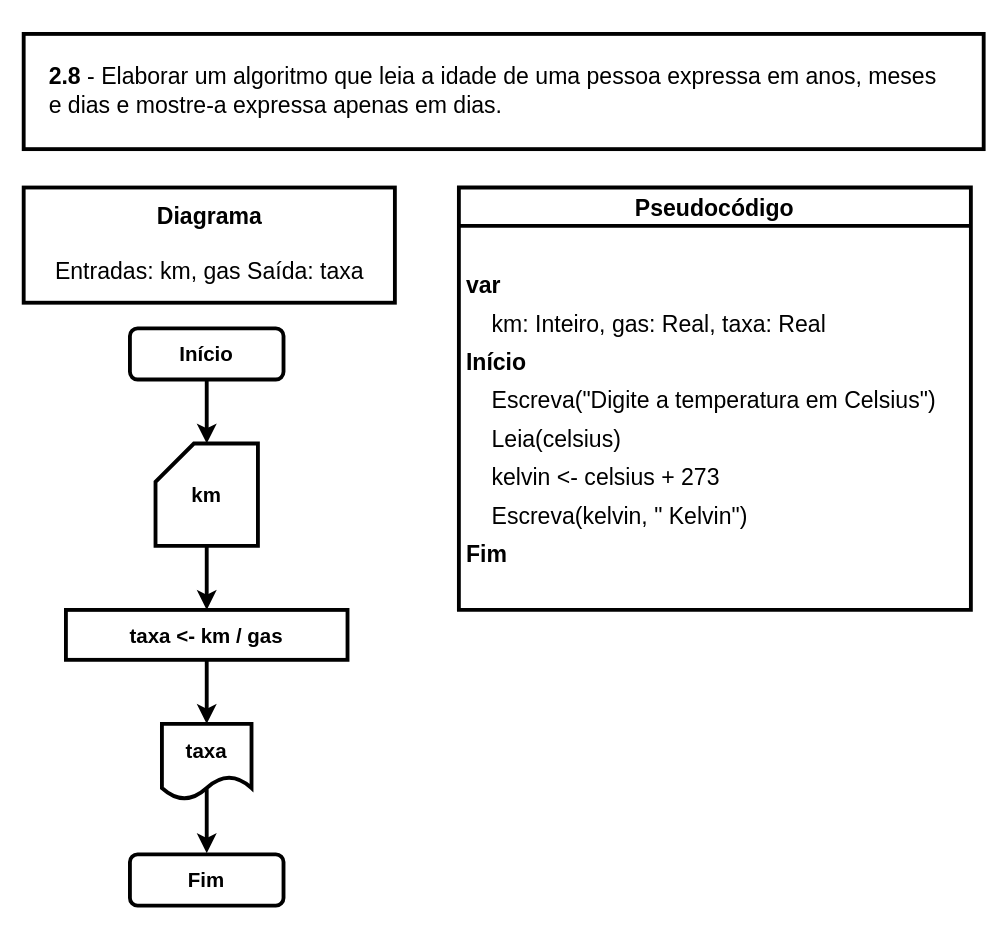
The draw.io diagram page "Ex. 2.8" (12 of 14) of exercicios.drawio in iSamekh/draw.io, before the edit. Source tidied: cells renumbered, new cells numbered last; positions are measured from the earlier drawing's top-left corner, leaving out a move shared by most shapes. Both pictures are drawn from the tidied source at 128%, with x=0, y=0 at pixel (23, 33).
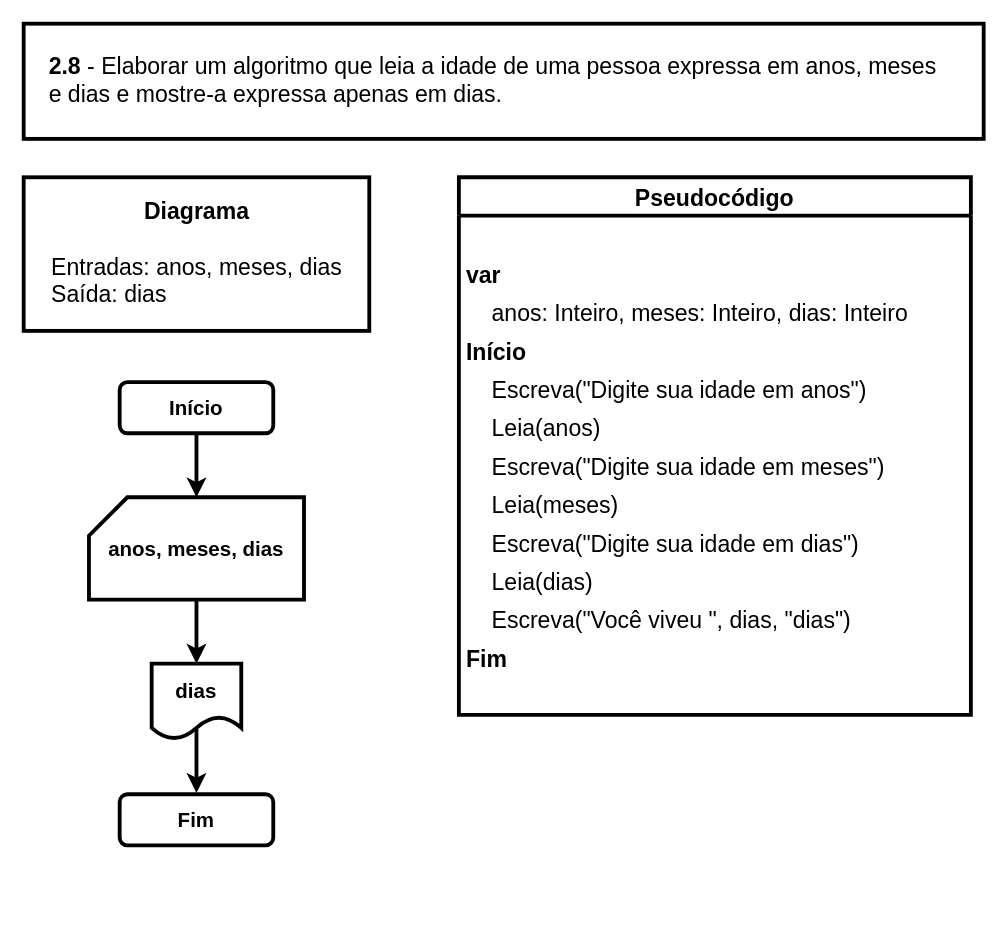
The same diagram, later.

Diff of the diagram source:
```diff
@@
     <mxCell id="3" value="Início" style="rounded=1;whiteSpace=wrap;html=1;fontSize=16;glass=0;strokeWidth=3;shadow=0;fontStyle=1;" parent="1" vertex="1">
-      <mxGeometry x="83" y="230" width="120" height="40" as="geometry" />
+      <mxGeometry x="75" y="272" width="120" height="40" as="geometry" />
     </mxCell>
     <mxCell id="4" value="Fim" style="rounded=1;whiteSpace=wrap;html=1;fontSize=16;glass=0;strokeWidth=3;shadow=0;fontStyle=1;" parent="1" vertex="1">
-      <mxGeometry x="83" y="641" width="120" height="40" as="geometry" />
+      <mxGeometry x="75" y="594" width="120" height="40" as="geometry" />
     </mxCell>
     <mxCell id="5" style="edgeStyle=orthogonalEdgeStyle;rounded=0;orthogonalLoop=1;jettySize=auto;html=1;fontSize=16;fontColor=#0F0F0F;strokeWidth=3;" parent="1" edge="1">
       <mxGeometry relative="1" as="geometry">
-        <mxPoint x="143" y="590" as="sourcePoint" />
-        <mxPoint x="143" y="640" as="targetPoint" />
+        <mxPoint x="135" y="543" as="sourcePoint" />
+        <mxPoint x="135" y="593" as="targetPoint" />
       </mxGeometry>
     </mxCell>
-    <mxCell id="6" value="taxa" style="shape=document;whiteSpace=wrap;html=1;boundedLbl=1;fontStyle=1;fontSize=16;strokeWidth=3;" parent="1" vertex="1">
-      <mxGeometry x="108" y="539" width="70" height="59" as="geometry" />
+    <mxCell id="6" value="dias" style="shape=document;whiteSpace=wrap;html=1;boundedLbl=1;fontStyle=1;fontSize=16;strokeWidth=3;" parent="1" vertex="1">
+      <mxGeometry x="100" y="492" width="70" height="59" as="geometry" />
     </mxCell>
-    <mxCell id="7" style="edgeStyle=orthogonalEdgeStyle;rounded=0;jettySize=auto;html=1;fontSize=16;fontColor=#0F0F0F;strokeWidth=3;" parent="1" edge="1" source="8" target="10">
-      <mxGeometry relative="1" as="geometry" />
-    </mxCell>
+    <mxCell id="24" style="edgeStyle=orthogonalEdgeStyle;rounded=0;jettySize=auto;html=1;strokeWidth=3;" parent="1" edge="1" source="8" target="6">
+      <mxGeometry relative="1" as="geometry" />
+    </mxCell>
-    <mxCell id="8" value="km" style="shape=card;whiteSpace=wrap;html=1;fontStyle=1;fontSize=16;strokeWidth=3;" parent="1" vertex="1">
-      <mxGeometry x="103" y="320" width="80" height="80" as="geometry" />
+    <mxCell id="8" value="anos, meses, dias" style="shape=card;whiteSpace=wrap;html=1;fontStyle=1;fontSize=16;strokeWidth=3;" parent="1" vertex="1">
+      <mxGeometry x="51" y="362" width="168" height="80" as="geometry" />
     </mxCell>
-    <mxCell id="9" style="edgeStyle=orthogonalEdgeStyle;rounded=0;jettySize=auto;html=1;fontSize=16;fontColor=#0F0F0F;strokeWidth=3;" parent="1" edge="1" source="10" target="6">
-      <mxGeometry relative="1" as="geometry" />
-    </mxCell>
-    <mxCell id="10" value="taxa &amp;lt;- km / gas" style="rounded=0;whiteSpace=wrap;html=1;fontStyle=1;fontSize=16;strokeWidth=3;" parent="1" vertex="1">
-      <mxGeometry x="33" y="450" width="220" height="39" as="geometry" />
-    </mxCell>
     <mxCell id="11" value="Pseudocódigo" style="swimlane;fontStyle=1;horizontal=1;startSize=30;rounded=0;shadow=0;labelBackgroundColor=#FFFFFF;labelBorderColor=none;sketch=0;fillStyle=auto;strokeColor=default;strokeWidth=3;fillColor=default;swimlaneLine=1;glass=0;arcSize=20;fontSize=18;spacing=10;" parent="1" vertex="1">
-      <mxGeometry x="340" y="120" width="400" height="330" as="geometry" />
+      <mxGeometry x="340" y="112" width="400" height="420" as="geometry" />
     </mxCell>
@@
-    <mxCell id="14" value="    km: Inteiro, gas: Real, taxa: Real" style="text;strokeColor=none;fillColor=none;align=left;verticalAlign=middle;spacingLeft=4;spacingRight=4;overflow=hidden;rounded=1;shadow=0;labelBackgroundColor=none;labelBorderColor=none;sketch=1;fillStyle=auto;strokeWidth=3;fontSize=18;" parent="11" vertex="1">
+    <mxCell id="14" value="    anos: Inteiro, meses: Inteiro, dias: Inteiro" style="text;strokeColor=none;fillColor=none;align=left;verticalAlign=middle;spacingLeft=4;spacingRight=4;overflow=hidden;rounded=1;shadow=0;labelBackgroundColor=none;labelBorderColor=none;sketch=1;fillStyle=auto;strokeWidth=3;fontSize=18;" parent="11" vertex="1">
       <mxGeometry y="90" width="400" height="30" as="geometry" />
     </mxCell>
@@
-    <mxCell id="16" value="     Escreva(&quot;Digite a temperatura em Celsius&quot;)" style="text;strokeColor=none;fillColor=none;align=left;verticalAlign=middle;spacingLeft=4;spacingRight=4;overflow=hidden;rounded=1;shadow=0;labelBackgroundColor=none;labelBorderColor=none;sketch=1;fillStyle=auto;strokeWidth=3;fontStyle=0;fontSize=18;" parent="11" vertex="1">
+    <mxCell id="16" value="     Escreva(&quot;Digite sua idade em anos&quot;)" style="text;strokeColor=none;fillColor=none;align=left;verticalAlign=middle;spacingLeft=4;spacingRight=4;overflow=hidden;rounded=1;shadow=0;labelBackgroundColor=none;labelBorderColor=none;sketch=1;fillStyle=auto;strokeWidth=3;fontStyle=0;fontSize=18;" parent="11" vertex="1">
       <mxGeometry y="150" width="400" height="30" as="geometry" />
     </mxCell>
-    <mxCell id="17" value="     Leia(celsius)" style="text;strokeColor=none;fillColor=none;align=left;verticalAlign=middle;spacingLeft=4;spacingRight=4;overflow=hidden;rounded=1;shadow=0;labelBackgroundColor=none;labelBorderColor=none;sketch=1;fillStyle=auto;strokeWidth=3;fontStyle=0;fontSize=18;" parent="11" vertex="1">
+    <mxCell id="17" value="     Leia(anos)" style="text;strokeColor=none;fillColor=none;align=left;verticalAlign=middle;spacingLeft=4;spacingRight=4;overflow=hidden;rounded=1;shadow=0;labelBackgroundColor=none;labelBorderColor=none;sketch=1;fillStyle=auto;strokeWidth=3;fontStyle=0;fontSize=18;" parent="11" vertex="1">
       <mxGeometry y="180" width="400" height="30" as="geometry" />
     </mxCell>
-    <mxCell id="18" value="    kelvin &lt;- celsius + 273" style="text;strokeColor=none;fillColor=none;align=left;verticalAlign=middle;spacingLeft=4;spacingRight=4;overflow=hidden;rounded=1;shadow=0;labelBackgroundColor=none;labelBorderColor=none;sketch=1;fillStyle=auto;strokeWidth=3;fontStyle=0;fontSize=18;" parent="11" vertex="1">
+    <mxCell id="18" value="    Escreva(&quot;Digite sua idade em meses&quot;)" style="text;strokeColor=none;fillColor=none;align=left;verticalAlign=middle;spacingLeft=4;spacingRight=4;overflow=hidden;rounded=1;shadow=0;labelBackgroundColor=none;labelBorderColor=none;sketch=1;fillStyle=auto;strokeWidth=3;fontStyle=0;fontSize=18;" parent="11" vertex="1">
       <mxGeometry y="210" width="400" height="30" as="geometry" />
     </mxCell>
+    <mxCell id="25" value="    Leia(meses)" style="text;strokeColor=none;fillColor=none;align=left;verticalAlign=middle;spacingLeft=4;spacingRight=4;overflow=hidden;rounded=1;shadow=0;labelBackgroundColor=none;labelBorderColor=none;sketch=1;fillStyle=auto;strokeWidth=3;fontStyle=0;fontSize=18;" parent="11" vertex="1">
+      <mxGeometry y="240" width="400" height="30" as="geometry" />
+    </mxCell>
-    <mxCell id="19" value="     Escreva(kelvin, &quot; Kelvin&quot;)" style="text;strokeColor=none;fillColor=none;align=left;verticalAlign=middle;spacingLeft=4;spacingRight=4;overflow=hidden;rounded=1;shadow=0;labelBackgroundColor=none;labelBorderColor=none;sketch=1;fillStyle=auto;strokeWidth=3;fontStyle=0;fontSize=18;" parent="11" vertex="1">
-      <mxGeometry y="240" width="400" height="30" as="geometry" />
+    <mxCell id="19" value="     Escreva(&quot;Digite sua idade em dias&quot;)" style="text;strokeColor=none;fillColor=none;align=left;verticalAlign=middle;spacingLeft=4;spacingRight=4;overflow=hidden;rounded=1;shadow=0;labelBackgroundColor=none;labelBorderColor=none;sketch=1;fillStyle=auto;strokeWidth=3;fontStyle=0;fontSize=18;" parent="11" vertex="1">
+      <mxGeometry y="270" width="400" height="30" as="geometry" />
     </mxCell>
+    <mxCell id="26" value="    Leia(dias)" style="text;strokeColor=none;fillColor=none;align=left;verticalAlign=middle;spacingLeft=4;spacingRight=4;overflow=hidden;rounded=1;shadow=0;labelBackgroundColor=none;labelBorderColor=none;sketch=1;fillStyle=auto;strokeWidth=3;fontStyle=0;fontSize=18;" parent="11" vertex="1">
+      <mxGeometry y="300" width="400" height="30" as="geometry" />
+    </mxCell>
+    <mxCell id="27" value="    Escreva(&quot;Você viveu &quot;, dias, &quot;dias&quot;)" style="text;strokeColor=none;fillColor=none;align=left;verticalAlign=middle;spacingLeft=4;spacingRight=4;overflow=hidden;rounded=1;shadow=0;labelBackgroundColor=none;labelBorderColor=none;sketch=1;fillStyle=auto;strokeWidth=3;fontStyle=0;fontSize=18;" parent="11" vertex="1">
+      <mxGeometry y="330" width="400" height="30" as="geometry" />
+    </mxCell>
     <mxCell id="20" value="Fim" style="text;strokeColor=none;fillColor=none;align=left;verticalAlign=middle;spacingLeft=4;spacingRight=4;overflow=hidden;rounded=1;shadow=0;labelBackgroundColor=none;labelBorderColor=none;sketch=1;fillStyle=auto;strokeWidth=3;fontStyle=1;fontSize=18;" parent="11" vertex="1">
-      <mxGeometry y="270" width="400" height="30" as="geometry" />
+      <mxGeometry y="360" width="400" height="30" as="geometry" />
     </mxCell>
     <mxCell id="21" style="text;strokeColor=none;fillColor=none;align=left;verticalAlign=middle;spacingLeft=4;spacingRight=4;overflow=hidden;rounded=1;shadow=0;labelBackgroundColor=none;labelBorderColor=none;sketch=1;fillStyle=auto;strokeWidth=3;fontStyle=1;fontSize=18;" parent="11" vertex="1">
-      <mxGeometry y="300" width="400" height="30" as="geometry" />
+      <mxGeometry y="390" width="400" height="30" as="geometry" />
     </mxCell>
-    <mxCell id="22" value="&lt;font style=&quot;font-size: 18px;&quot;&gt;&lt;b style=&quot;font-size: 18px;&quot;&gt;Diagrama&lt;br&gt;&lt;/b&gt;&lt;br style=&quot;font-size: 18px;&quot;&gt;&lt;div style=&quot;text-align: left; font-size: 18px;&quot;&gt;&lt;span style=&quot;font-size: 18px;&quot;&gt;&lt;font style=&quot;font-size: 18px;&quot;&gt;Entradas: km, gas&lt;span style=&quot;white-space: pre;&quot;&gt; &lt;/span&gt;&lt;/font&gt;&lt;/span&gt;Saída: taxa&lt;/div&gt;&lt;/font&gt;" style="text;html=1;align=center;verticalAlign=middle;fillColor=default;strokeColor=default;rounded=0;shadow=0;glass=0;labelBackgroundColor=#FFFFFF;labelBorderColor=none;sketch=0;fillStyle=auto;strokeWidth=3;fontSize=18;spacing=10;" parent="1" vertex="1">
-      <mxGeometry y="120" width="290" height="90" as="geometry" />
+    <mxCell id="22" value="&lt;font style=&quot;font-size: 18px;&quot;&gt;&lt;b style=&quot;font-size: 18px;&quot;&gt;Diagrama&lt;br&gt;&lt;/b&gt;&lt;br style=&quot;font-size: 18px;&quot;&gt;&lt;div style=&quot;text-align: left; font-size: 18px;&quot;&gt;&lt;span style=&quot;font-size: 18px;&quot;&gt;&lt;font style=&quot;font-size: 18px;&quot;&gt;Entradas: anos, meses, dias&lt;/font&gt;&lt;/span&gt;&lt;/div&gt;&lt;div style=&quot;text-align: left; font-size: 18px;&quot;&gt;Saída: dias&lt;/div&gt;&lt;/font&gt;" style="text;html=1;align=center;verticalAlign=middle;fillColor=default;strokeColor=default;rounded=0;shadow=0;glass=0;labelBackgroundColor=#FFFFFF;labelBorderColor=none;sketch=0;fillStyle=auto;strokeWidth=3;fontSize=18;spacing=10;" parent="1" vertex="1">
+      <mxGeometry y="112" width="270" height="120" as="geometry" />
     </mxCell>
     <mxCell id="23" value="&lt;font style=&quot;font-size: 18px;&quot;&gt;&lt;b&gt;2.8 &lt;/b&gt;- Elaborar um algoritmo que leia a idade de uma pessoa expressa em anos, meses&lt;br&gt;e dias e mostre-a expressa apenas em dias.&lt;/font&gt;" style="text;html=1;align=left;verticalAlign=middle;rounded=0;labelBackgroundColor=#FFF;fillColor=default;gradientColor=none;strokeColor=default;fontSize=18;perimeterSpacing=0;spacing=20;strokeWidth=3;" parent="1" vertex="1">
-      <mxGeometry width="750" height="90" as="geometry" />
+      <mxGeometry y="-8" width="750" height="90" as="geometry" />
     </mxCell>
```
